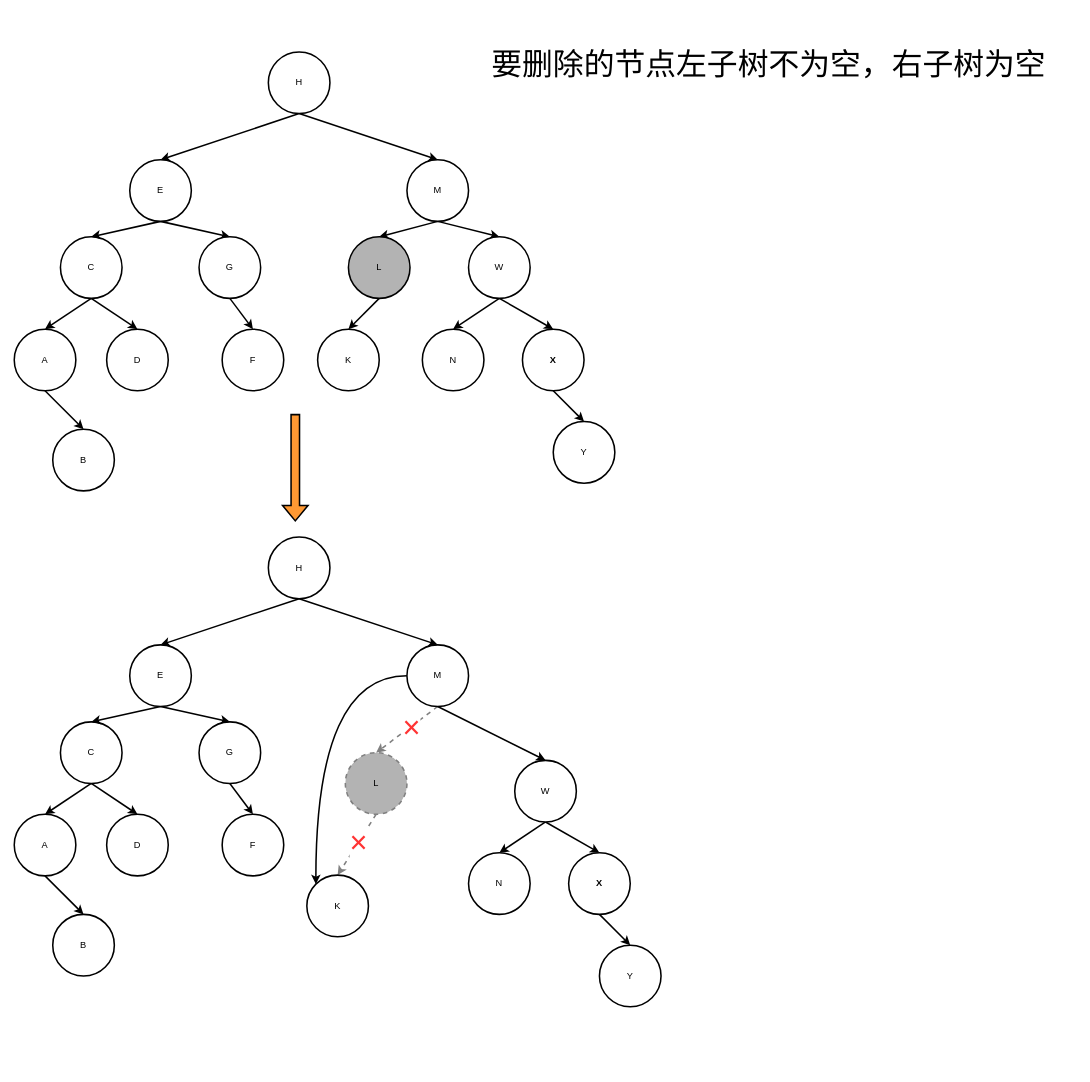
The draw.io diagram page "左子树不为空，右子树为空" (3 of 3) of 数据结构与算法/二叉树.drawio in LiHuiBin1995/study-java, before the edit. Source tidied: cells renumbered, new cells numbered last; positions are measured from the earlier drawing's top-left corner, leaving out a move shared by most shapes. Both pictures are drawn from the tidied source at 77%, with x=0, y=0 at pixel (14, 13).
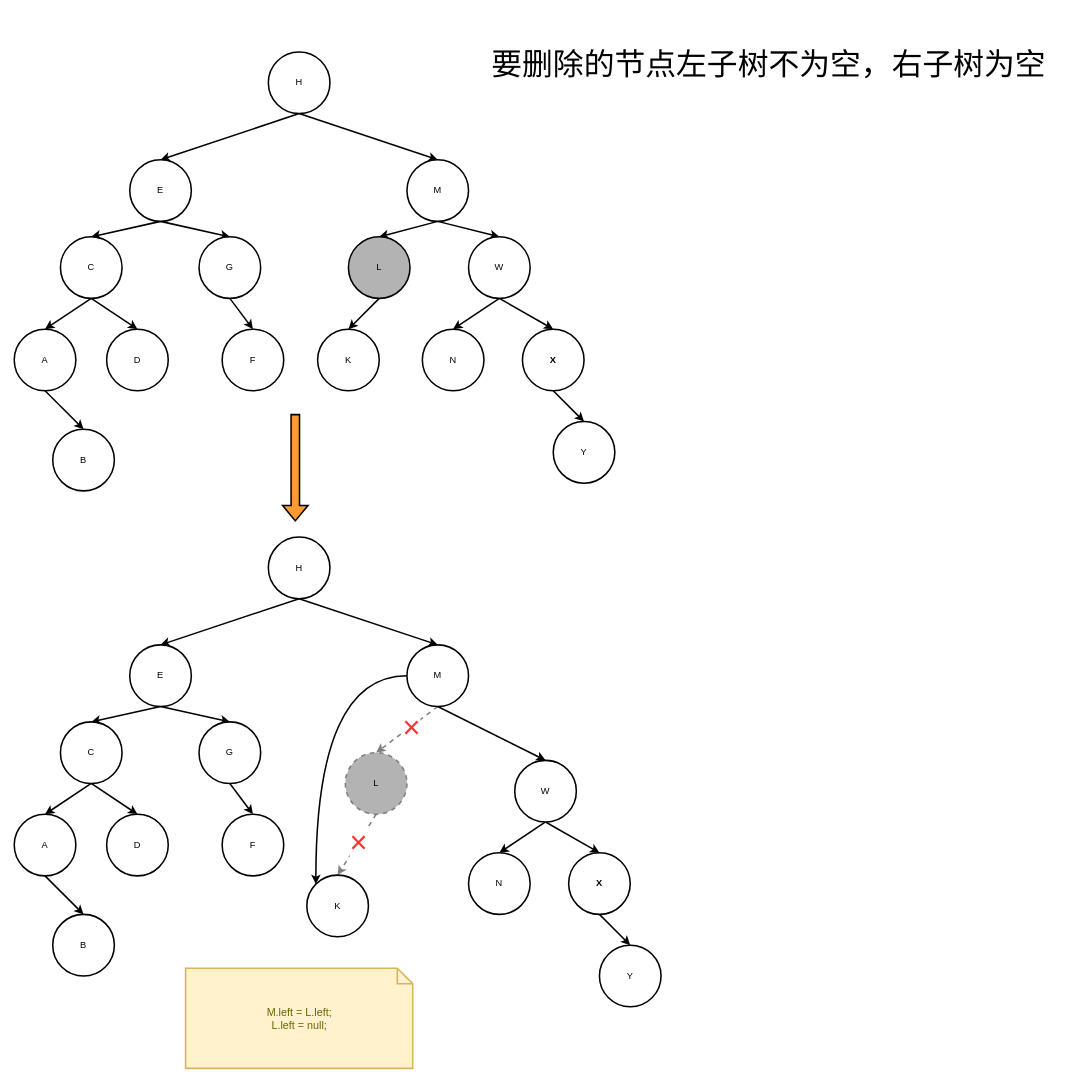
The same diagram, later.

Commit message:
更新二叉树.drawio

Diff of the diagram source:
```diff
@@
+    <mxCell id="65" value="M.left = L.left;&lt;br&gt;L.left = null;" style="shape=note;strokeWidth=2;fontSize=14;size=20;whiteSpace=wrap;html=1;fillColor=#fff2cc;strokeColor=#d6b656;fontColor=#666600;verticalAlign=middle;" parent="1" vertex="1">
+      <mxGeometry x="222.5" y="1240" width="295" height="130" as="geometry" />
+    </mxCell>
```
